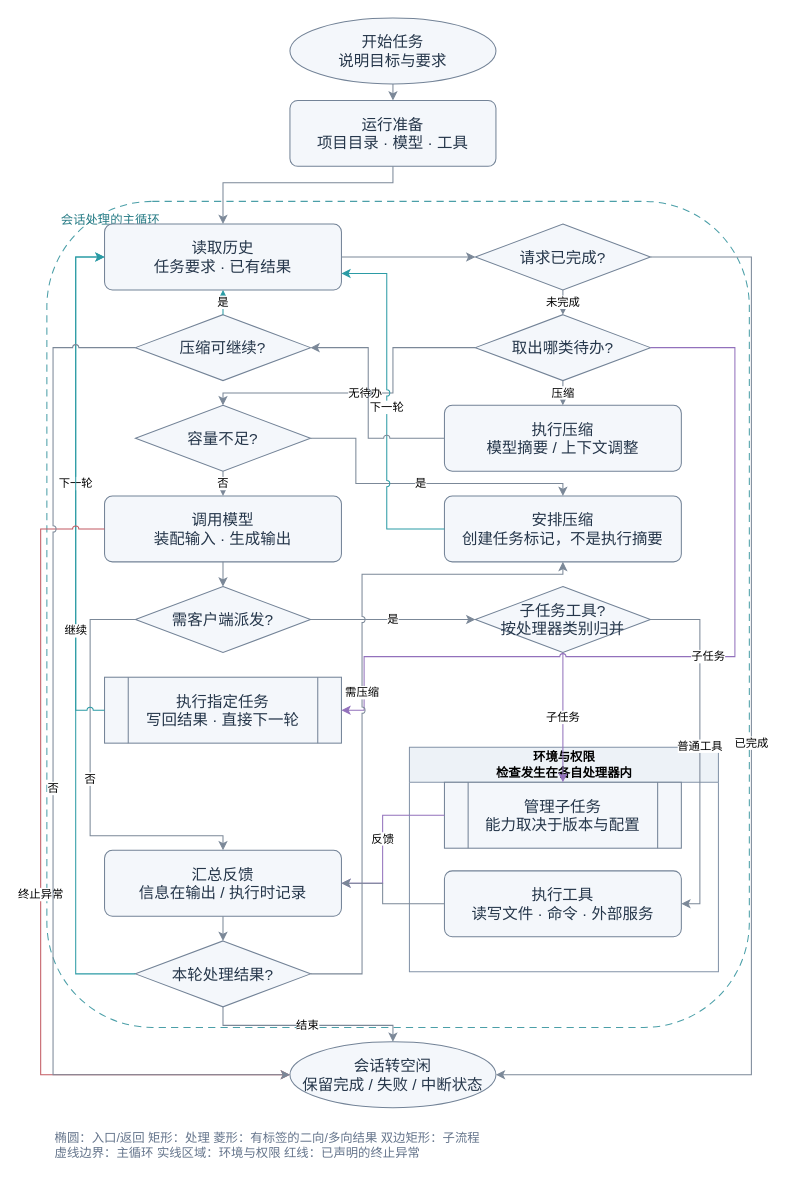
This is page "OpenCode" (1 of 2) of docs/assets/coding-agent-flows.drawio from ZiAn-Su/harness-viz, a draw.io file, before an edit. Source tidied: cells renumbered, new cells numbered last; positions are measured from the earlier drawing's top-left corner, leaving out a move shared by most shapes. Both pictures are drawn from the tidied source at 103%, with x=0, y=0 at pixel (40, 18).
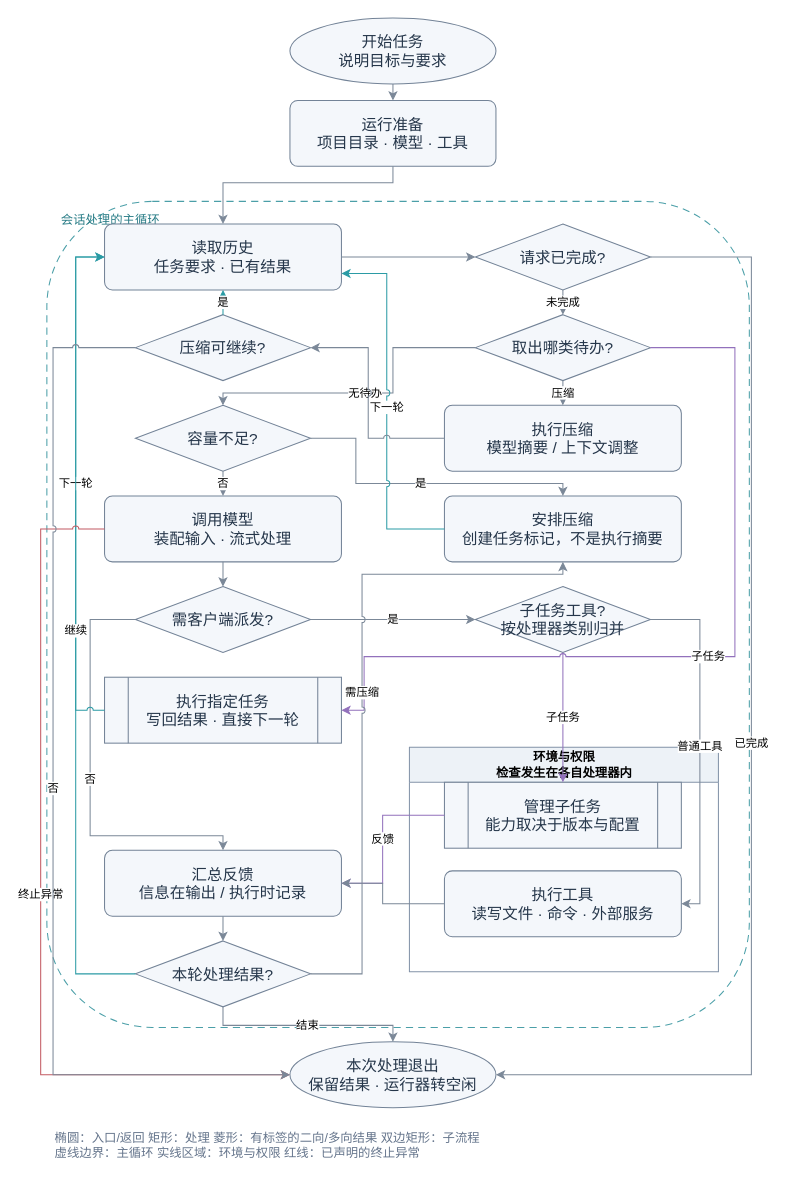
Above is the later version.

Unchanged cells that the change refers to:
```xml
<mxCell id="2" value="会话处理的主循环" style="rounded=1;dashed=1;dashPattern=7 5;whiteSpace=wrap;html=1;verticalAlign=top;align=left;spacingTop=4;spacingLeft=12;fontSize=12;fontColor=#287c86;strokeColor=#4b9fa8;fillColor=none;" parent="1" vertex="1">
  <mxGeometry x="6" y="178" width="682" height="802" as="geometry" />
</mxCell>
```

What changed in the source:
```diff
@@
-    <mxCell id="9" value="调用模型&#10;装配输入 · 生成输出" style="rounded=1;arcSize=12;whiteSpace=wrap;html=1;fontSize=15;fontColor=#25364a;strokeColor=#738397;fillColor=#f4f7fb;" parent="2" vertex="1">
+    <mxCell id="9" value="调用模型&#10;装配输入 · 流式处理" style="rounded=1;arcSize=12;whiteSpace=wrap;html=1;fontSize=15;fontColor=#25364a;strokeColor=#738397;fillColor=#f4f7fb;" parent="2" vertex="1">
       <mxGeometry x="56" y="286" width="230" height="64" as="geometry" />
     </mxCell>
@@
-    <mxCell id="16" value="会话转空闲&#10;保留完成 / 失败 / 中断状态" style="ellipse;perimeter=ellipsePerimeter;whiteSpace=wrap;html=1;fontSize=15;fontColor=#25364a;strokeColor=#738397;fillColor=#f4f7fb;" parent="1" vertex="1">
+    <mxCell id="16" value="本次处理退出&#10;保留结果 · 运行器转空闲" style="ellipse;perimeter=ellipsePerimeter;whiteSpace=wrap;html=1;fontSize=15;fontColor=#25364a;strokeColor=#738397;fillColor=#f4f7fb;" parent="1" vertex="1">
       <mxGeometry x="242" y="994" width="200" height="64" as="geometry" />
     </mxCell>
```
